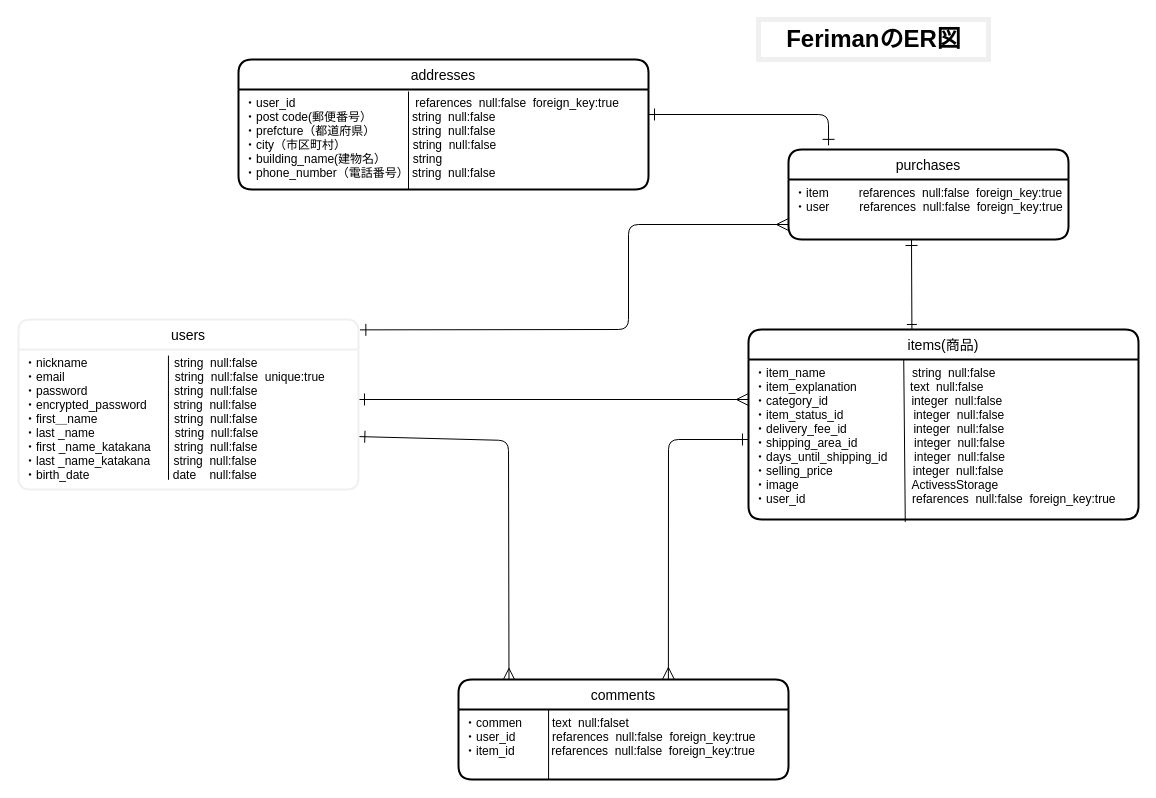
This is er.dio from yuko1117/furima-31777, a draw.io file, before an edit. Source tidied: cells renumbered, new cells numbered last; positions are measured from the earlier drawing's top-left corner, leaving out a move shared by most shapes. Both pictures are drawn from the tidied source at 100%, with x=0, y=0 at pixel (18, 19).
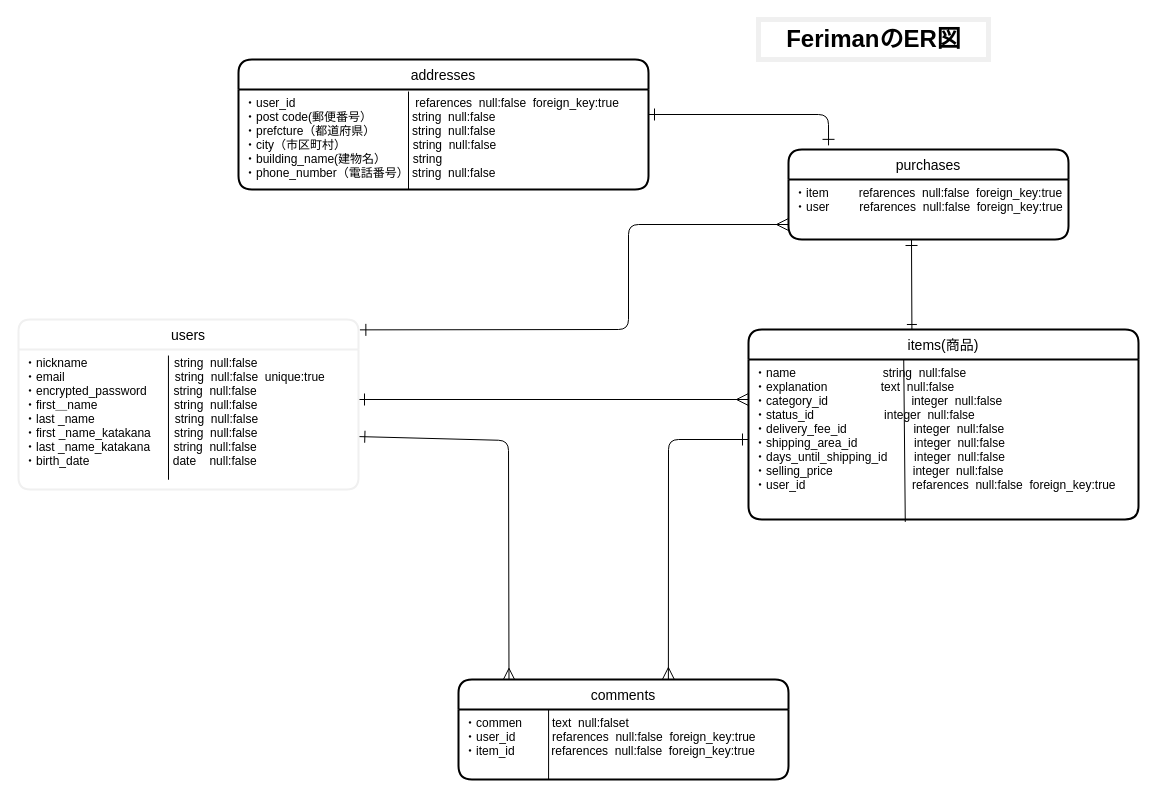
The same page after the edit.

Commit message (it also covers changes not shown here):
ER図、README修正２

The change refers to these unchanged cells:
```xml
<mxCell id="5" value="items(商品)" style="swimlane;horizontal=1;startSize=30;rounded=1;fontSize=14;fontStyle=0;strokeWidth=2;shadow=0;dashed=0;align=center;" parent="1" vertex="1">
  <mxGeometry x="730" y="310" width="390" height="190" as="geometry" />
</mxCell>
<mxCell id="15" value="users" style="swimlane;horizontal=1;startSize=30;rounded=1;fontSize=14;fontStyle=0;strokeWidth=2;shadow=0;dashed=0;align=center;arcSize=13;strokeColor=#F0F0F0;" parent="1" vertex="1">
  <mxGeometry y="300" width="340" height="170" as="geometry" />
</mxCell>
```

What changed in the source:
```diff
@@
-    <mxCell id="6" value="・item_name                          string  null:false&#10;・item_explanation                text  null:false&#10;・category_id                         integer  null:false  &#10;・item_status_id                     integer  null:false&#10;・delivery_fee_id                    integer  null:false&#10;・shipping_area_id                 integer  null:false&#10;・days_until_shipping_id        integer  null:false&#10;・selling_price                        integer  null:false&#10;・image                                  ActivessStorage&#10;・user_id                                refarences  null:false  foreign_key:true" style="align=left;strokeColor=none;fillColor=none;spacingLeft=4;fontSize=12;verticalAlign=top;" parent="5" vertex="1">
+    <mxCell id="6" value="・name                          string  null:false&#10;・explanation                text  null:false&#10;・category_id                         integer  null:false  &#10;・status_id                     integer  null:false&#10;・delivery_fee_id                    integer  null:false&#10;・shipping_area_id                 integer  null:false&#10;・days_until_shipping_id        integer  null:false&#10;・selling_price                        integer  null:false&#10;・user_id                                refarences  null:false  foreign_key:true" style="align=left;strokeColor=none;fillColor=none;spacingLeft=4;fontSize=12;verticalAlign=top;" parent="5" vertex="1">
       <mxGeometry y="30" width="390" height="160" as="geometry" />
     </mxCell>
@@
-    <mxCell id="16" value="・nickname                          string  null:false  &#10;・email                                 string  null:false  unique:true&#10;・password                          string  null:false &#10;・encrypted_password        string  null:false     &#10;・first＿name                       string  null:false &#10;・last _name                        string  null:false&#10;・first _name_katakana       string  null:false&#10;・last _name_katakana       string  null:false&#10;・birth_date                         date    null:false &#10;&#10;" style="align=left;strokeColor=none;fillColor=none;spacingLeft=4;fontSize=12;verticalAlign=top;" parent="15" vertex="1">
+    <mxCell id="16" value="・nickname                          string  null:false  &#10;・email                                 string  null:false  unique:true &#10;・encrypted_password        string  null:false     &#10;・first＿name                       string  null:false &#10;・last _name                        string  null:false&#10;・first _name_katakana       string  null:false&#10;・last _name_katakana       string  null:false&#10;・birth_date                         date    null:false &#10;&#10;" style="align=left;strokeColor=none;fillColor=none;spacingLeft=4;fontSize=12;verticalAlign=top;" parent="15" vertex="1">
       <mxGeometry y="30" width="340" height="140" as="geometry" />
     </mxCell>
```
